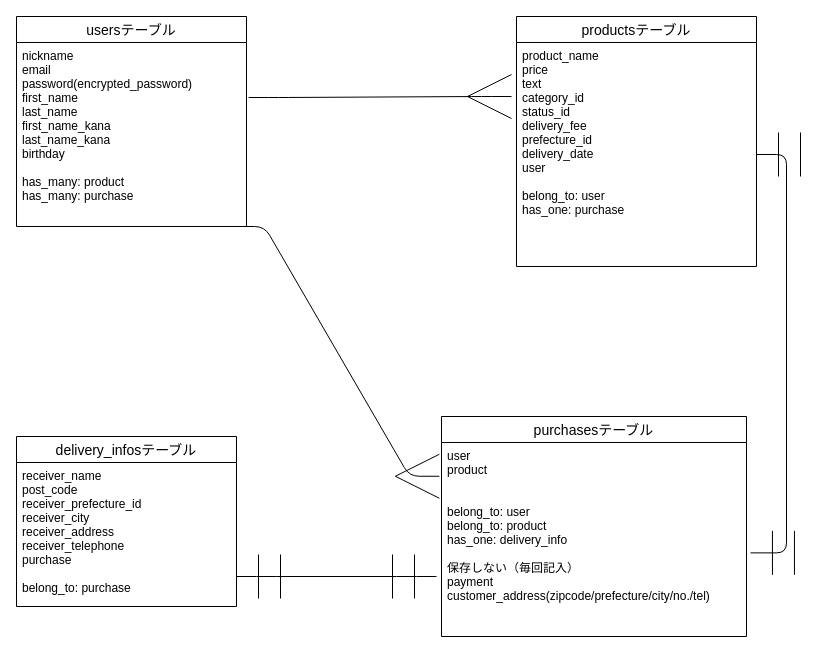
This is database.dio from dodompa625/furima-35353, a draw.io file, before an edit. Source tidied: cells renumbered, new cells numbered last; positions are measured from the earlier drawing's top-left corner, leaving out a move shared by most shapes. Both pictures are drawn from the tidied source at 100%, with x=0, y=0 at pixel (16, 16).
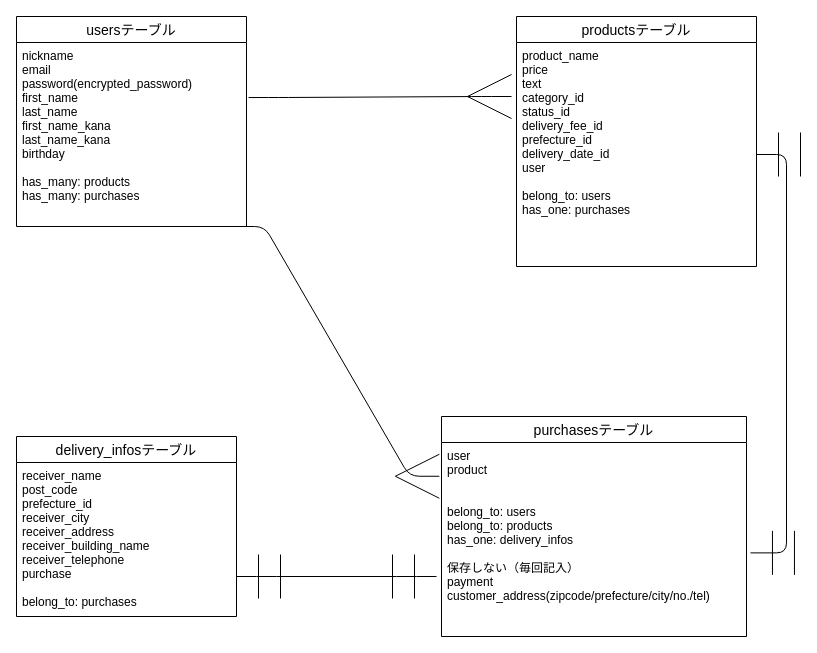
The same page after the edit.

Diff of the diagram source:
```diff
@@
 <mxGraphModel>
   <root>
     <mxCell id="0" />
     <mxCell id="1" parent="0" />
     <mxCell id="2" value="usersテーブル" style="swimlane;fontStyle=0;horizontal=1;startSize=26;align=center;fontSize=14;direction=east;" parent="1" vertex="1">
       <mxGeometry width="230" height="210" as="geometry" />
     </mxCell>
-    <mxCell id="3" value="nickname&#10;email&#10;password(encrypted_password)&#10;first_name&#10;last_name&#10;first_name_kana&#10;last_name_kana&#10;birthday&#10;&#10;has_many: product&#10;has_many: purchase&#10;" style="text;strokeColor=none;fillColor=none;spacingLeft=4;spacingRight=4;overflow=hidden;points=[[0,0.5],[1,0.5]];portConstraint=eastwest;fontSize=12;" parent="2" vertex="1">
+    <mxCell id="3" value="nickname&#10;email&#10;password(encrypted_password)&#10;first_name&#10;last_name&#10;first_name_kana&#10;last_name_kana&#10;birthday&#10;&#10;has_many: products&#10;has_many: purchases&#10;" style="text;strokeColor=none;fillColor=none;spacingLeft=4;spacingRight=4;overflow=hidden;points=[[0,0.5],[1,0.5]];portConstraint=eastwest;fontSize=12;" parent="2" vertex="1">
       <mxGeometry y="26" width="230" height="184" as="geometry" />
     </mxCell>
     <mxCell id="4" value="productsテーブル" style="swimlane;fontStyle=0;horizontal=1;startSize=26;align=center;fontSize=14;" parent="1" vertex="1">
       <mxGeometry x="500" width="240" height="250" as="geometry" />
     </mxCell>
-    <mxCell id="5" value="product_name&#10;price&#10;text&#10;category_id&#10;status_id&#10;delivery_fee&#10;prefecture_id&#10;delivery_date&#10;user&#10;&#10;belong_to: user&#10;has_one: purchase" style="text;strokeColor=none;fillColor=none;spacingLeft=4;spacingRight=4;overflow=hidden;points=[[0,0.5],[1,0.5]];portConstraint=eastwest;fontSize=12;" parent="4" vertex="1">
+    <mxCell id="5" value="product_name&#10;price&#10;text&#10;category_id&#10;status_id&#10;delivery_fee_id&#10;prefecture_id&#10;delivery_date_id&#10;user&#10;&#10;belong_to: users&#10;has_one: purchases" style="text;strokeColor=none;fillColor=none;spacingLeft=4;spacingRight=4;overflow=hidden;points=[[0,0.5],[1,0.5]];portConstraint=eastwest;fontSize=12;" parent="4" vertex="1">
       <mxGeometry y="26" width="240" height="224" as="geometry" />
     </mxCell>
     <mxCell id="6" style="edgeStyle=entityRelationEdgeStyle;fontSize=12;html=1;endArrow=ERmany;startSize=42;endSize=42;exitX=1.009;exitY=0.299;exitDx=0;exitDy=0;exitPerimeter=0;" parent="1" edge="1" source="3">
       <mxGeometry relative="1" as="geometry">
         <mxPoint x="495" y="80" as="targetPoint" />
       </mxGeometry>
     </mxCell>
     <mxCell id="7" value="purchasesテーブル" style="swimlane;fontStyle=0;horizontal=1;startSize=26;align=center;fontSize=14;" parent="1" vertex="1">
       <mxGeometry x="425" y="400" width="305" height="220" as="geometry" />
     </mxCell>
-    <mxCell id="8" value="user&#10;product&#10;&#10;&#10;belong_to: user&#10;belong_to: product&#10;has_one: delivery_info&#10;&#10;保存しない（毎回記入）&#10;payment&#10;customer_address(zipcode/prefecture/city/no./tel)" style="text;strokeColor=none;fillColor=none;spacingLeft=4;spacingRight=4;overflow=hidden;points=[[0,0.5],[1,0.5]];portConstraint=eastwest;fontSize=12;" parent="7" vertex="1">
+    <mxCell id="8" value="user&#10;product&#10;&#10;&#10;belong_to: users&#10;belong_to: products&#10;has_one: delivery_infos&#10;&#10;保存しない（毎回記入）&#10;payment&#10;customer_address(zipcode/prefecture/city/no./tel)" style="text;strokeColor=none;fillColor=none;spacingLeft=4;spacingRight=4;overflow=hidden;points=[[0,0.5],[1,0.5]];portConstraint=eastwest;fontSize=12;" parent="7" vertex="1">
       <mxGeometry y="26" width="305" height="194" as="geometry" />
     </mxCell>
     <mxCell id="9" value="delivery_infosテーブル" style="swimlane;fontStyle=0;horizontal=1;startSize=26;align=center;fontSize=14;" parent="1" vertex="1">
-      <mxGeometry y="420" width="220" height="170" as="geometry" />
+      <mxGeometry y="420" width="220" height="180" as="geometry" />
     </mxCell>
-    <mxCell id="10" value="receiver_name&#10;post_code&#10;receiver_prefecture_id&#10;receiver_city&#10;receiver_address&#10;receiver_telephone&#10;purchase&#10;&#10;belong_to: purchase" style="text;strokeColor=none;fillColor=none;spacingLeft=4;spacingRight=4;overflow=hidden;fontSize=12;" parent="9" vertex="1">
-      <mxGeometry y="26" width="220" height="144" as="geometry" />
+    <mxCell id="10" value="receiver_name&#10;post_code&#10;prefecture_id&#10;receiver_city&#10;receiver_address&#10;receiver_building_name&#10;receiver_telephone&#10;purchase&#10;&#10;belong_to: purchases" style="text;strokeColor=none;fillColor=none;spacingLeft=4;spacingRight=4;overflow=hidden;fontSize=12;" parent="9" vertex="1">
+      <mxGeometry y="26" width="220" height="154" as="geometry" />
     </mxCell>
     <mxCell id="11" style="edgeStyle=entityRelationEdgeStyle;fontSize=12;html=1;endArrow=ERmany;startSize=42;endSize=42;entryX=-0.007;entryY=0.174;entryDx=0;entryDy=0;entryPerimeter=0;exitX=0.948;exitY=1;exitDx=0;exitDy=0;exitPerimeter=0;" parent="1" edge="1" source="3" target="8">
       <mxGeometry relative="1" as="geometry" />
     </mxCell>
     <mxCell id="12" style="edgeStyle=entityRelationEdgeStyle;fontSize=12;html=1;endArrow=ERmandOne;startArrow=ERmandOne;startSize=42;endSize=42;exitX=1.013;exitY=0.569;exitDx=0;exitDy=0;exitPerimeter=0;" parent="1" edge="1" source="8" target="5">
       <mxGeometry relative="1" as="geometry" />
     </mxCell>
     <mxCell id="13" style="edgeStyle=entityRelationEdgeStyle;fontSize=12;html=1;endArrow=ERmandOne;startArrow=ERmandOne;startSize=42;endSize=42;" parent="1" edge="1">
       <mxGeometry relative="1" as="geometry">
         <mxPoint x="220" y="560" as="sourcePoint" />
         <mxPoint x="420" y="560" as="targetPoint" />
       </mxGeometry>
     </mxCell>
   </root>
 </mxGraphModel>
```
